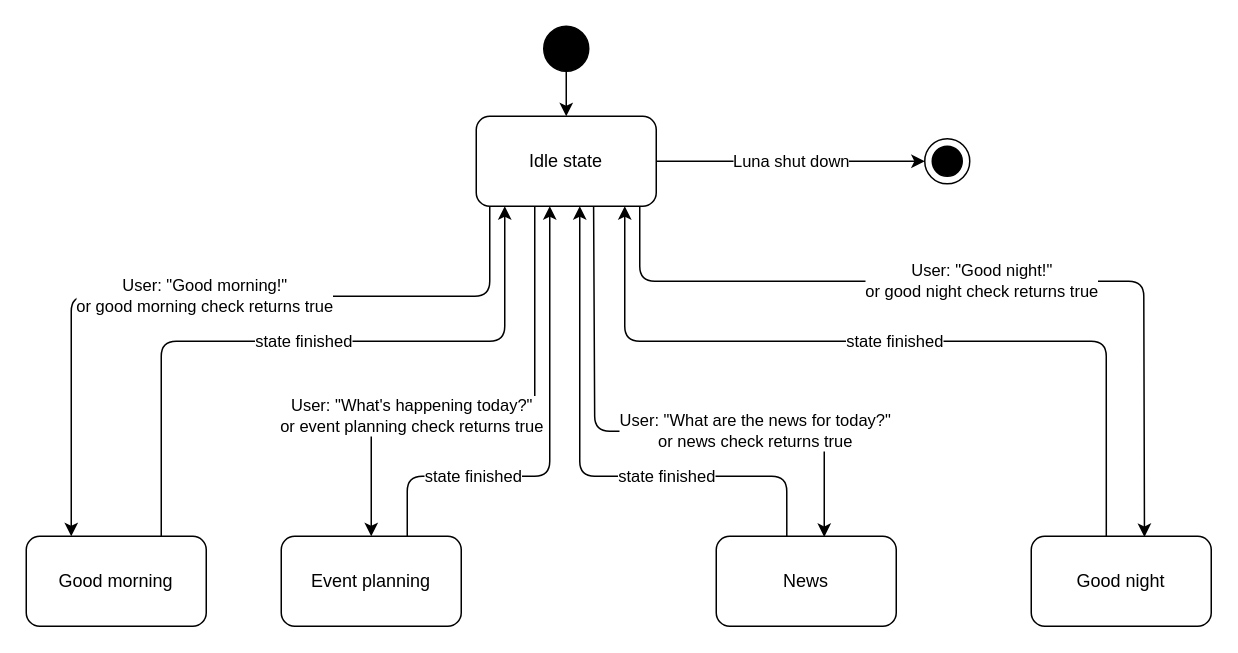
ASWE-PDA/Personal-Digital-Agent keeps this draw.io diagram as docs/statemachine/state_machine.drawio. Above is the earlier version. Source tidied: cells renumbered, new cells numbered last; positions are measured from the earlier drawing's top-left corner, leaving out a move shared by most shapes. Both pictures are drawn from the tidied source at 150%, with x=0, y=0 at pixel (26, 26).
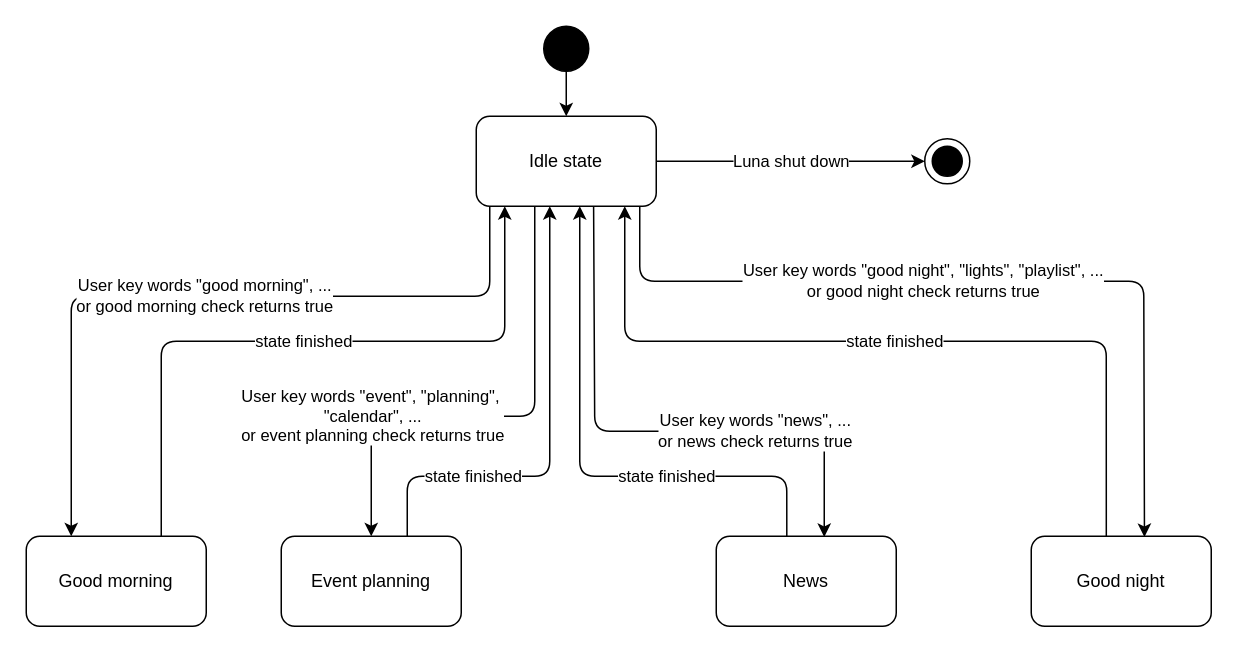
The same diagram, later.

Commit message:
add user key words to state machine

Unchanged cells that the change refers to:
```xml
<mxCell id="4" value="Idle state" style="rounded=1;whiteSpace=wrap;html=1;fillColor=#FFFFFF;" parent="1" vertex="1">
  <mxGeometry x="300" y="60" width="120" height="60" as="geometry" />
</mxCell>
<mxCell id="5" value="Good morning" style="rounded=1;whiteSpace=wrap;html=1;fillColor=#FFFFFF;" parent="1" vertex="1">
  <mxGeometry y="340" width="120" height="60" as="geometry" />
</mxCell>
<mxCell id="6" value="Event planning" style="rounded=1;whiteSpace=wrap;html=1;fillColor=#FFFFFF;" parent="1" vertex="1">
  <mxGeometry x="170" y="340" width="120" height="60" as="geometry" />
</mxCell>
<mxCell id="7" value="News" style="rounded=1;whiteSpace=wrap;html=1;fillColor=#FFFFFF;" parent="1" vertex="1">
  <mxGeometry x="460" y="340" width="120" height="60" as="geometry" />
</mxCell>
<mxCell id="8" value="Good night" style="rounded=1;whiteSpace=wrap;html=1;fillColor=#FFFFFF;" parent="1" vertex="1">
  <mxGeometry x="670" y="340" width="120" height="60" as="geometry" />
</mxCell>
```

Diff of the diagram source:
```diff
@@
-    <mxCell id="9" value="User: &quot;Good morning!&quot;&lt;br&gt;or good morning check returns true" style="endArrow=classic;html=1;entryX=0.25;entryY=0;entryDx=0;entryDy=0;" parent="1" edge="1" target="5">
+    <mxCell id="9" value="User key words &quot;good morning&quot;, ...&#10;or good morning check returns true" style="endArrow=classic;html=1;entryX=0.25;entryY=0;entryDx=0;entryDy=0;" parent="1" edge="1" target="5">
       <mxGeometry relative="1" as="geometry">
         <mxPoint x="309" y="120" as="sourcePoint" />
         <Array as="points">
           <mxPoint x="309" y="180" />
           <mxPoint x="30" y="180" />
         </Array>
       </mxGeometry>
     </mxCell>
@@
-    <mxCell id="11" value="User: &quot;What's happening today?&quot;&lt;br&gt;or event planning check returns true" style="endArrow=classic;html=1;entryX=0.5;entryY=0;entryDx=0;entryDy=0;" parent="1" edge="1" target="6">
-      <mxGeometry x="0.35" relative="1" as="geometry">
+    <mxCell id="11" value="User key words &quot;event&quot;, &quot;planning&quot;, &#10;&quot;calendar&quot;, ...&#10;or event planning check returns true" style="endArrow=classic;html=1;entryX=0.5;entryY=0;entryDx=0;entryDy=0;" parent="1" edge="1" target="6">
+      <mxGeometry x="0.51" relative="1" as="geometry">
         <mxPoint x="339" y="120" as="sourcePoint" />
         <Array as="points">
           <mxPoint x="339" y="260" />
           <mxPoint x="230" y="260" />
         </Array>
       </mxGeometry>
     </mxCell>
@@
-    <mxCell id="13" value="User: &quot;What are the news for today?&quot;&lt;br&gt;or news check returns true" style="endArrow=classic;html=1;entryX=0.6;entryY=0.008;entryDx=0;entryDy=0;entryPerimeter=0;exitX=0.652;exitY=1.008;exitDx=0;exitDy=0;exitPerimeter=0;" parent="1" edge="1" source="4" target="7">
+    <mxCell id="13" value="User key words &quot;news&quot;, ...&#10;or news check returns true" style="endArrow=classic;html=1;entryX=0.6;entryY=0.008;entryDx=0;entryDy=0;entryPerimeter=0;exitX=0.652;exitY=1.008;exitDx=0;exitDy=0;exitPerimeter=0;" parent="1" edge="1" source="4" target="7">
       <mxGeometry x="0.38" relative="1" as="geometry">
         <Array as="points">
           <mxPoint x="379" y="270" />
           <mxPoint x="532" y="270" />
         </Array>
       </mxGeometry>
     </mxCell>
@@
-    <mxCell id="15" value="User: &quot;Good night!&quot;&lt;br&gt;or good night check returns true" style="endArrow=classic;html=1;entryX=0.629;entryY=0.008;entryDx=0;entryDy=0;entryPerimeter=0;" parent="1" edge="1" target="8">
-      <mxGeometry relative="1" as="geometry">
+    <mxCell id="15" value="&lt;div&gt;User key words &quot;good night&quot;, &quot;lights&quot;, &quot;playlist&quot;, ...&lt;/div&gt;&lt;div&gt;or good night check returns true&lt;/div&gt;" style="endArrow=classic;html=1;entryX=0.629;entryY=0.008;entryDx=0;entryDy=0;entryPerimeter=0;" parent="1" edge="1" target="8">
+      <mxGeometry x="-0.14" relative="1" as="geometry">
         <mxPoint x="409" y="120" as="sourcePoint" />
         <Array as="points">
           <mxPoint x="409" y="170" />
           <mxPoint x="745" y="170" />
         </Array>
       </mxGeometry>
     </mxCell>
```
